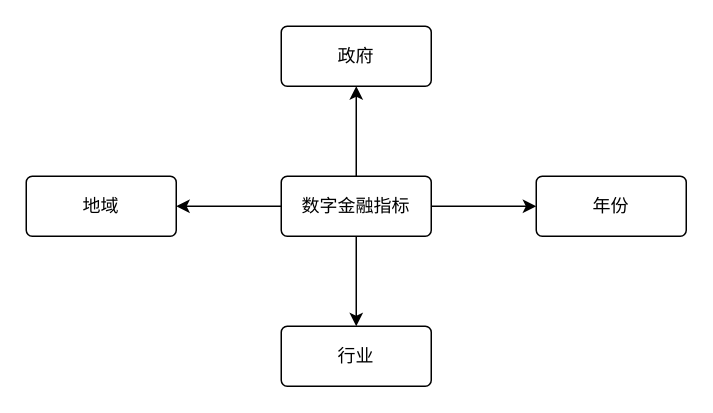
Earlier version of the draw.io diagram 广大金融指标体系.drawio (wangzijia122/drawio_repository). Source tidied: cells renumbered, new cells numbered last; positions are measured from the earlier drawing's top-left corner, leaving out a move shared by most shapes. Both pictures are drawn from the tidied source at 150%, with x=0, y=0 at pixel (26, 26).
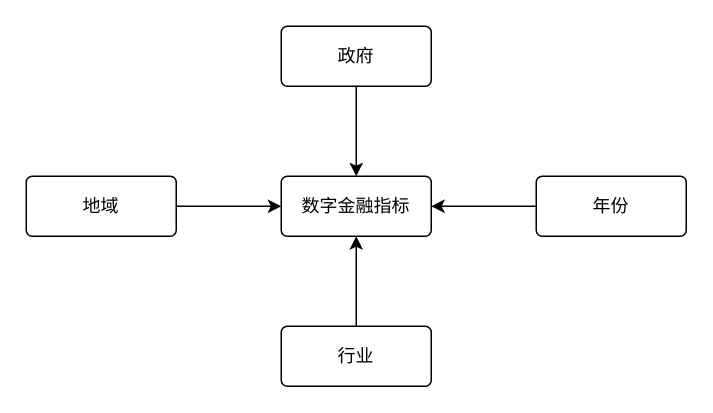
After the change.

Commit message (it also covers changes not shown here):
更新广大金融指标体系.drawio

What changed in the source:
```diff
@@
 <mxGraphModel>
   <root>
     <mxCell id="0" />
     <mxCell id="1" parent="0" />
     <mxCell id="2" value="行业" style="rounded=1;arcSize=10;whiteSpace=wrap;html=1;align=center;" parent="1" vertex="1">
       <mxGeometry x="170" y="200" width="100" height="40" as="geometry" />
     </mxCell>
-    <mxCell id="3" style="edgeStyle=none;rounded=0;jettySize=auto;html=1;exitX=0.5;exitY=0;exitDx=0;exitDy=0;entryX=0.5;entryY=1;entryDx=0;entryDy=0;" parent="1" edge="1" source="7" target="9">
+    <mxCell id="3" style="edgeStyle=none;rounded=0;jettySize=auto;html=1;exitX=0.5;exitY=0;exitDx=0;exitDy=0;entryX=0.5;entryY=1;entryDx=0;entryDy=0;startArrow=classic;startFill=1;endArrow=none;endFill=0;" parent="1" edge="1" source="7" target="9">
       <mxGeometry relative="1" as="geometry" />
     </mxCell>
-    <mxCell id="4" style="edgeStyle=none;rounded=0;jettySize=auto;html=1;exitX=0;exitY=0.5;exitDx=0;exitDy=0;" parent="1" edge="1" source="7" target="8">
+    <mxCell id="4" style="edgeStyle=none;rounded=0;jettySize=auto;html=1;exitX=0;exitY=0.5;exitDx=0;exitDy=0;startArrow=classic;startFill=1;endArrow=none;endFill=0;" parent="1" edge="1" source="7" target="8">
       <mxGeometry relative="1" as="geometry" />
     </mxCell>
-    <mxCell id="5" style="edgeStyle=none;rounded=0;jettySize=auto;html=1;exitX=1;exitY=0.5;exitDx=0;exitDy=0;" parent="1" edge="1" source="7" target="10">
+    <mxCell id="5" style="edgeStyle=none;rounded=0;jettySize=auto;html=1;exitX=1;exitY=0.5;exitDx=0;exitDy=0;startArrow=classic;startFill=1;endArrow=none;endFill=0;" parent="1" edge="1" source="7" target="10">
       <mxGeometry relative="1" as="geometry" />
     </mxCell>
-    <mxCell id="6" style="edgeStyle=none;rounded=0;jettySize=auto;html=1;exitX=0.5;exitY=1;exitDx=0;exitDy=0;" parent="1" edge="1" source="7" target="2">
+    <mxCell id="6" style="edgeStyle=none;rounded=0;jettySize=auto;html=1;exitX=0.5;exitY=1;exitDx=0;exitDy=0;startArrow=classic;startFill=1;endArrow=none;endFill=0;" parent="1" edge="1" source="7" target="2">
       <mxGeometry relative="1" as="geometry" />
     </mxCell>
     <mxCell id="7" value="数字金融指标" style="rounded=1;arcSize=10;whiteSpace=wrap;html=1;align=center;" parent="1" vertex="1">
       <mxGeometry x="170" y="100" width="100" height="40" as="geometry" />
     </mxCell>
     <mxCell id="8" value="地域" style="rounded=1;arcSize=10;whiteSpace=wrap;html=1;align=center;" parent="1" vertex="1">
       <mxGeometry y="100" width="100" height="40" as="geometry" />
     </mxCell>
     <mxCell id="9" value="政府" style="rounded=1;arcSize=10;whiteSpace=wrap;html=1;align=center;" parent="1" vertex="1">
       <mxGeometry x="170" width="100" height="40" as="geometry" />
     </mxCell>
     <mxCell id="10" value="年份" style="rounded=1;arcSize=10;whiteSpace=wrap;html=1;align=center;" parent="1" vertex="1">
       <mxGeometry x="340" y="100" width="100" height="40" as="geometry" />
     </mxCell>
   </root>
 </mxGraphModel>
```
